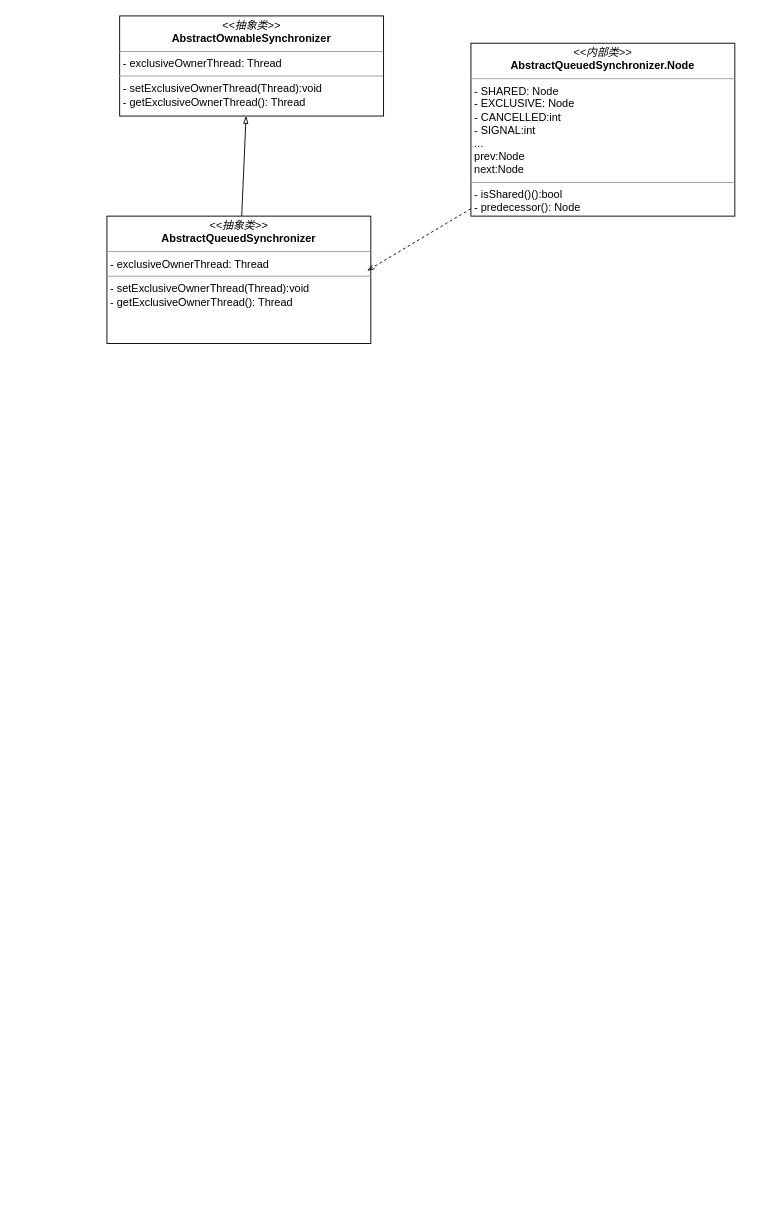
The draw.io diagram diagrams/AQS2.drawio in arxobject/spring_analysis, before the edit. Source tidied: cells renumbered, new cells numbered last; positions are measured from the earlier drawing's top-left corner, leaving out a move shared by most shapes. Both pictures are drawn from the tidied source at 91%, with x=0, y=0 at pixel (106, 15).
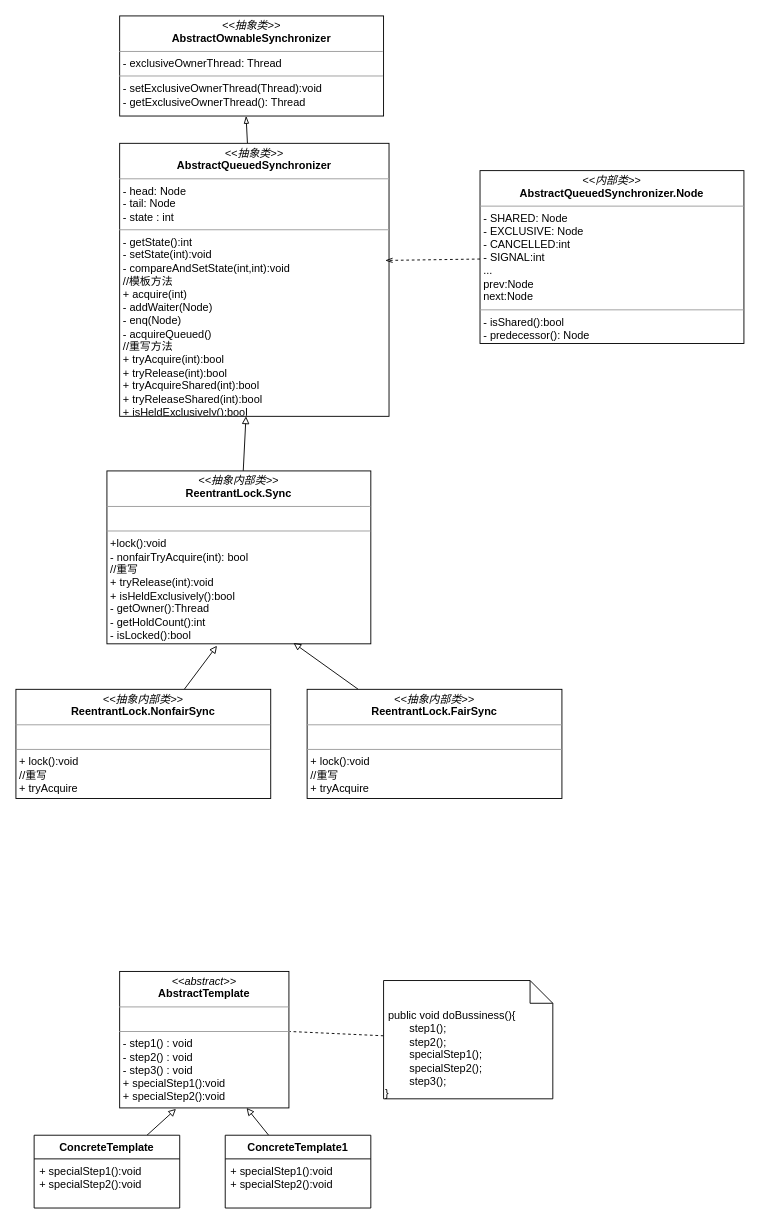
Above is the later version.

What changed in the source:
```diff
@@
-    <mxCell id="4" value="&lt;p style=&quot;margin: 0px ; margin-top: 4px ; text-align: center&quot;&gt;&lt;i&gt;&amp;lt;&amp;lt;抽象类&amp;gt;&amp;gt;&lt;/i&gt;&lt;br&gt;&lt;b&gt;AbstractQueuedSynchronizer&lt;/b&gt;&lt;br&gt;&lt;/p&gt;&lt;hr size=&quot;1&quot;&gt;&lt;p style=&quot;margin: 0px ; margin-left: 4px&quot;&gt;- exclusiveOwnerThread: Thread&lt;br&gt;&lt;/p&gt;&lt;hr size=&quot;1&quot;&gt;&lt;p style=&quot;margin: 0px ; margin-left: 4px&quot;&gt;- setExclusiveOwnerThread(Thread):void&lt;br&gt;- getExclusiveOwnerThread(): Thread&lt;/p&gt;" style="verticalAlign=top;align=left;overflow=fill;fontSize=12;fontFamily=Helvetica;html=1;" parent="1" vertex="1">
-      <mxGeometry y="220" width="290" height="140" as="geometry" />
+    <mxCell id="4" value="&lt;p style=&quot;margin: 0px ; margin-top: 4px ; text-align: center&quot;&gt;&lt;i&gt;&amp;lt;&amp;lt;抽象类&amp;gt;&amp;gt;&lt;/i&gt;&lt;br&gt;&lt;b&gt;AbstractQueuedSynchronizer&lt;/b&gt;&lt;br&gt;&lt;/p&gt;&lt;hr size=&quot;1&quot;&gt;&lt;p style=&quot;margin: 0px ; margin-left: 4px&quot;&gt;- head: Node&lt;br&gt;&lt;/p&gt;&lt;p style=&quot;margin: 0px ; margin-left: 4px&quot;&gt;- tail: Node&lt;/p&gt;&lt;p style=&quot;margin: 0px ; margin-left: 4px&quot;&gt;-&amp;nbsp;state : int&lt;/p&gt;&lt;hr size=&quot;1&quot;&gt;&lt;p style=&quot;margin: 0px ; margin-left: 4px&quot;&gt;- getState():int&lt;br&gt;- setState(int):void&lt;/p&gt;&lt;p style=&quot;margin: 0px ; margin-left: 4px&quot;&gt;-&amp;nbsp;compareAndSetState(int,int):void&lt;/p&gt;&lt;p style=&quot;margin: 0px ; margin-left: 4px&quot;&gt;//模板方法&lt;/p&gt;&lt;p style=&quot;margin: 0px ; margin-left: 4px&quot;&gt;+&amp;nbsp;acquire(int)&lt;/p&gt;&lt;p style=&quot;margin: 0px ; margin-left: 4px&quot;&gt;-&amp;nbsp;addWaiter(Node)&lt;/p&gt;&lt;p style=&quot;margin: 0px ; margin-left: 4px&quot;&gt;-&amp;nbsp;enq(Node)&lt;/p&gt;&lt;p style=&quot;margin: 0px ; margin-left: 4px&quot;&gt;-&amp;nbsp;acquireQueued()&lt;/p&gt;&lt;p style=&quot;margin: 0px ; margin-left: 4px&quot;&gt;//重写方法&lt;/p&gt;&lt;p style=&quot;margin: 0px ; margin-left: 4px&quot;&gt;+ tryAcquire(int):bool&lt;br&gt;&lt;/p&gt;&lt;p style=&quot;margin: 0px ; margin-left: 4px&quot;&gt;+&amp;nbsp;tryRelease(int):bool&lt;/p&gt;&lt;p style=&quot;margin: 0px ; margin-left: 4px&quot;&gt;+&amp;nbsp;tryAcquireShared(int):bool&lt;/p&gt;&lt;p style=&quot;margin: 0px ; margin-left: 4px&quot;&gt;+&amp;nbsp;tryReleaseShared(int):bool&lt;/p&gt;&lt;p style=&quot;margin: 0px ; margin-left: 4px&quot;&gt;+ isHeldExclusively():bool&lt;/p&gt;" style="verticalAlign=top;align=left;overflow=fill;fontSize=12;fontFamily=Helvetica;html=1;" parent="1" vertex="1">
+      <mxGeometry x="14" y="140" width="296" height="300" as="geometry" />
     </mxCell>
@@
-    <mxCell id="6" value="&lt;p style=&quot;margin: 0px ; margin-top: 4px ; text-align: center&quot;&gt;&lt;i&gt;&amp;lt;&amp;lt;内部类&amp;gt;&amp;gt;&lt;/i&gt;&lt;br&gt;&lt;b&gt;AbstractQueuedSynchronizer.Node&lt;/b&gt;&lt;br&gt;&lt;/p&gt;&lt;hr size=&quot;1&quot;&gt;&lt;p style=&quot;margin: 0px ; margin-left: 4px&quot;&gt;- SHARED: Node&lt;br&gt;&lt;/p&gt;&lt;p style=&quot;margin: 0px ; margin-left: 4px&quot;&gt;- EXCLUSIVE: Node&lt;br&gt;&lt;/p&gt;&lt;p style=&quot;margin: 0px ; margin-left: 4px&quot;&gt;-&amp;nbsp;CANCELLED:int&lt;/p&gt;&lt;p style=&quot;margin: 0px ; margin-left: 4px&quot;&gt;-&amp;nbsp;SIGNAL:int&lt;/p&gt;&lt;p style=&quot;margin: 0px ; margin-left: 4px&quot;&gt;...&lt;/p&gt;&lt;p style=&quot;margin: 0px ; margin-left: 4px&quot;&gt;prev:Node&lt;br&gt;&lt;/p&gt;&lt;p style=&quot;margin: 0px ; margin-left: 4px&quot;&gt;next:Node&lt;/p&gt;&lt;hr size=&quot;1&quot;&gt;&lt;p style=&quot;margin: 0px ; margin-left: 4px&quot;&gt;- isShared()():bool&lt;br&gt;- predecessor(): Node&lt;/p&gt;" style="verticalAlign=top;align=left;overflow=fill;fontSize=12;fontFamily=Helvetica;html=1;" parent="1" vertex="1">
-      <mxGeometry x="400" y="30" width="290" height="190" as="geometry" />
+    <mxCell id="6" value="&lt;p style=&quot;margin: 0px ; margin-top: 4px ; text-align: center&quot;&gt;&lt;i&gt;&amp;lt;&amp;lt;内部类&amp;gt;&amp;gt;&lt;/i&gt;&lt;br&gt;&lt;b&gt;AbstractQueuedSynchronizer.Node&lt;/b&gt;&lt;br&gt;&lt;/p&gt;&lt;hr size=&quot;1&quot;&gt;&lt;p style=&quot;margin: 0px ; margin-left: 4px&quot;&gt;- SHARED: Node&lt;br&gt;&lt;/p&gt;&lt;p style=&quot;margin: 0px ; margin-left: 4px&quot;&gt;- EXCLUSIVE: Node&lt;br&gt;&lt;/p&gt;&lt;p style=&quot;margin: 0px ; margin-left: 4px&quot;&gt;-&amp;nbsp;CANCELLED:int&lt;/p&gt;&lt;p style=&quot;margin: 0px ; margin-left: 4px&quot;&gt;-&amp;nbsp;SIGNAL:int&lt;/p&gt;&lt;p style=&quot;margin: 0px ; margin-left: 4px&quot;&gt;...&lt;/p&gt;&lt;p style=&quot;margin: 0px ; margin-left: 4px&quot;&gt;prev:Node&lt;br&gt;&lt;/p&gt;&lt;p style=&quot;margin: 0px ; margin-left: 4px&quot;&gt;next:Node&lt;/p&gt;&lt;hr size=&quot;1&quot;&gt;&lt;p style=&quot;margin: 0px ; margin-left: 4px&quot;&gt;- isShared():bool&lt;br&gt;- predecessor(): Node&lt;/p&gt;" style="verticalAlign=top;align=left;overflow=fill;fontSize=12;fontFamily=Helvetica;html=1;" parent="1" vertex="1">
+      <mxGeometry x="410" y="170" width="290" height="190" as="geometry" />
     </mxCell>
+    <mxCell id="7" style="edgeStyle=none;rounded=0;jettySize=auto;html=1;entryX=0.469;entryY=1;entryDx=0;entryDy=0;entryPerimeter=0;endArrow=block;endFill=0;" parent="1" edge="1" source="8" target="4">
+      <mxGeometry relative="1" as="geometry" />
+    </mxCell>
+    <mxCell id="8" value="&lt;p style=&quot;margin: 0px ; margin-top: 4px ; text-align: center&quot;&gt;&lt;i&gt;&amp;lt;&amp;lt;抽象内部类&amp;gt;&amp;gt;&lt;/i&gt;&lt;br&gt;&lt;b&gt;ReentrantLock.&lt;/b&gt;&lt;b&gt;Sync&lt;/b&gt;&lt;/p&gt;&lt;hr size=&quot;1&quot;&gt;&lt;p style=&quot;margin: 0px ; margin-left: 4px&quot;&gt;&lt;br&gt;&lt;/p&gt;&lt;hr size=&quot;1&quot;&gt;&lt;p style=&quot;margin: 0px ; margin-left: 4px&quot;&gt;+lock():void&lt;br&gt;- nonfairTryAcquire(int): bool&lt;/p&gt;&lt;p style=&quot;margin: 0px ; margin-left: 4px&quot;&gt;//重写&lt;/p&gt;&lt;p style=&quot;margin: 0px ; margin-left: 4px&quot;&gt;+ tryRelease(int):void&lt;/p&gt;&lt;p style=&quot;margin: 0px ; margin-left: 4px&quot;&gt;+&amp;nbsp;isHeldExclusively():bool&lt;/p&gt;&lt;p style=&quot;margin: 0px ; margin-left: 4px&quot;&gt;-&amp;nbsp;getOwner():Thread&lt;/p&gt;&lt;p style=&quot;margin: 0px ; margin-left: 4px&quot;&gt;-&amp;nbsp;getHoldCount():int&lt;/p&gt;&lt;p style=&quot;margin: 0px ; margin-left: 4px&quot;&gt;-&amp;nbsp;isLocked():bool&lt;/p&gt;" style="verticalAlign=top;align=left;overflow=fill;fontSize=12;fontFamily=Helvetica;html=1;" parent="1" vertex="1">
+      <mxGeometry y="500" width="290" height="190" as="geometry" />
+    </mxCell>
+    <mxCell id="9" style="edgeStyle=none;rounded=0;jettySize=auto;html=1;entryX=0.417;entryY=1.011;entryDx=0;entryDy=0;entryPerimeter=0;endArrow=block;endFill=0;" parent="1" edge="1" source="10" target="8">
+      <mxGeometry relative="1" as="geometry" />
+    </mxCell>
+    <mxCell id="10" value="&lt;p style=&quot;margin: 0px ; margin-top: 4px ; text-align: center&quot;&gt;&lt;i&gt;&amp;lt;&amp;lt;抽象内部类&amp;gt;&amp;gt;&lt;/i&gt;&lt;br&gt;&lt;b&gt;ReentrantLock.&lt;/b&gt;&lt;b&gt;NonfairSync&lt;/b&gt;&lt;/p&gt;&lt;hr size=&quot;1&quot;&gt;&lt;p style=&quot;margin: 0px ; margin-left: 4px&quot;&gt;&lt;br&gt;&lt;/p&gt;&lt;hr size=&quot;1&quot;&gt;&lt;p style=&quot;margin: 0px ; margin-left: 4px&quot;&gt;+ lock():void&lt;br&gt;&lt;/p&gt;&lt;p style=&quot;margin: 0px ; margin-left: 4px&quot;&gt;//重写&lt;/p&gt;&lt;p style=&quot;margin: 0px ; margin-left: 4px&quot;&gt;+&amp;nbsp;tryAcquire&lt;/p&gt;&lt;p style=&quot;margin: 0px ; margin-left: 4px&quot;&gt;&lt;br&gt;&lt;/p&gt;" style="verticalAlign=top;align=left;overflow=fill;fontSize=12;fontFamily=Helvetica;html=1;" parent="1" vertex="1">
+      <mxGeometry x="-100" y="740" width="280" height="120" as="geometry" />
+    </mxCell>
+    <mxCell id="11" style="edgeStyle=none;rounded=0;jettySize=auto;html=1;entryX=0.707;entryY=0.995;entryDx=0;entryDy=0;entryPerimeter=0;endArrow=block;endFill=0;" parent="1" edge="1" source="12" target="8">
+      <mxGeometry relative="1" as="geometry" />
+    </mxCell>
+    <mxCell id="12" value="&lt;p style=&quot;margin: 0px ; margin-top: 4px ; text-align: center&quot;&gt;&lt;i&gt;&amp;lt;&amp;lt;抽象内部类&amp;gt;&amp;gt;&lt;/i&gt;&lt;br&gt;&lt;b&gt;ReentrantLock.&lt;/b&gt;&lt;b&gt;FairSync&lt;/b&gt;&lt;/p&gt;&lt;hr size=&quot;1&quot;&gt;&lt;p style=&quot;margin: 0px ; margin-left: 4px&quot;&gt;&lt;br&gt;&lt;/p&gt;&lt;hr size=&quot;1&quot;&gt;&lt;p style=&quot;margin: 0px ; margin-left: 4px&quot;&gt;+ lock():void&lt;br&gt;&lt;/p&gt;&lt;p style=&quot;margin: 0px ; margin-left: 4px&quot;&gt;//重写&lt;/p&gt;&lt;p style=&quot;margin: 0px ; margin-left: 4px&quot;&gt;+&amp;nbsp;tryAcquire&lt;/p&gt;&lt;p style=&quot;margin: 0px ; margin-left: 4px&quot;&gt;&lt;br&gt;&lt;/p&gt;" style="verticalAlign=top;align=left;overflow=fill;fontSize=12;fontFamily=Helvetica;html=1;" parent="1" vertex="1">
+      <mxGeometry x="220" y="740" width="280" height="120" as="geometry" />
+    </mxCell>
+    <mxCell id="13" value="&lt;p style=&quot;margin: 0px ; margin-top: 4px ; text-align: center&quot;&gt;&lt;i&gt;&amp;lt;&amp;lt;abstract&amp;gt;&amp;gt;&lt;/i&gt;&lt;br&gt;&lt;b&gt;AbstractTemplate&lt;/b&gt;&lt;br&gt;&lt;/p&gt;&lt;hr size=&quot;1&quot;&gt;&lt;p style=&quot;margin: 0px ; margin-left: 4px&quot;&gt;&lt;br&gt;&lt;/p&gt;&lt;hr size=&quot;1&quot;&gt;&lt;p style=&quot;margin: 0px ; margin-left: 4px&quot;&gt;- step1() : void&lt;br&gt;- step2() : void&lt;/p&gt;&lt;p style=&quot;margin: 0px ; margin-left: 4px&quot;&gt;- step3() : void&lt;/p&gt;&lt;p style=&quot;margin: 0px ; margin-left: 4px&quot;&gt;+ specialStep1():void&lt;/p&gt;&lt;p style=&quot;margin: 0px ; margin-left: 4px&quot;&gt;+ specialStep2():void&lt;/p&gt;" style="verticalAlign=top;align=left;overflow=fill;fontSize=12;fontFamily=Helvetica;html=1;" parent="1" vertex="1">
+      <mxGeometry x="14" y="1050" width="186" height="150" as="geometry" />
+    </mxCell>
+    <mxCell id="14" style="edgeStyle=none;rounded=0;jettySize=auto;html=1;entryX=0.333;entryY=1.007;entryDx=0;entryDy=0;entryPerimeter=0;endArrow=block;endFill=0;" parent="1" edge="1" source="15" target="13">
+      <mxGeometry relative="1" as="geometry" />
+    </mxCell>
+    <mxCell id="15" value="ConcreteTemplate" style="swimlane;fontStyle=1;align=center;verticalAlign=top;horizontal=1;startSize=26;" parent="1" vertex="1">
+      <mxGeometry x="-80" y="1230" width="160" height="80" as="geometry" />
+    </mxCell>
+    <mxCell id="16" value="+ specialStep1():void&#10;+ specialStep2():void" style="text;strokeColor=none;fillColor=none;align=left;verticalAlign=top;spacingLeft=4;spacingRight=4;overflow=hidden;" parent="15" vertex="1">
+      <mxGeometry y="26" width="160" height="54" as="geometry" />
+    </mxCell>
+    <mxCell id="17" style="edgeStyle=none;rounded=0;jettySize=auto;html=1;entryX=0.75;entryY=1;entryDx=0;entryDy=0;endArrow=block;endFill=0;" parent="1" edge="1" source="18" target="13">
+      <mxGeometry relative="1" as="geometry" />
+    </mxCell>
+    <mxCell id="18" value="ConcreteTemplate1" style="swimlane;fontStyle=1;align=center;verticalAlign=top;horizontal=1;startSize=26;" parent="1" vertex="1">
+      <mxGeometry x="130" y="1230" width="160" height="80" as="geometry" />
+    </mxCell>
+    <mxCell id="19" value="+ specialStep1():void&#10;+ specialStep2():void" style="text;strokeColor=none;fillColor=none;align=left;verticalAlign=top;spacingLeft=4;spacingRight=4;overflow=hidden;" parent="18" vertex="1">
+      <mxGeometry y="26" width="160" height="54" as="geometry" />
+    </mxCell>
+    <mxCell id="20" style="edgeStyle=none;rounded=0;jettySize=auto;html=1;entryX=1.005;entryY=0.44;entryDx=0;entryDy=0;entryPerimeter=0;endArrow=none;endFill=0;dashed=1;" parent="1" edge="1" source="21" target="13">
+      <mxGeometry relative="1" as="geometry" />
+    </mxCell>
+    <mxCell id="21" value="&lt;div&gt;&amp;nbsp;public void doBussiness(){&lt;/div&gt;&lt;div&gt;&amp;nbsp; &amp;nbsp; &amp;nbsp; &amp;nbsp; step1();&lt;/div&gt;&lt;div&gt;&amp;nbsp; &amp;nbsp; &amp;nbsp; &amp;nbsp; step2();&lt;/div&gt;&lt;div&gt;&amp;nbsp; &amp;nbsp; &amp;nbsp; &amp;nbsp; specialStep1();&lt;/div&gt;&lt;div&gt;&amp;nbsp; &amp;nbsp; &amp;nbsp; &amp;nbsp; specialStep2();&lt;/div&gt;&lt;div&gt;&amp;nbsp; &amp;nbsp; &amp;nbsp; &amp;nbsp; step3();&lt;/div&gt;&lt;div&gt;}&lt;/div&gt;" style="shape=note2;boundedLbl=1;whiteSpace=wrap;html=1;size=25;verticalAlign=top;align=left;" parent="1" vertex="1">
+      <mxGeometry x="304" y="1060" width="186" height="130" as="geometry" />
+    </mxCell>
```
